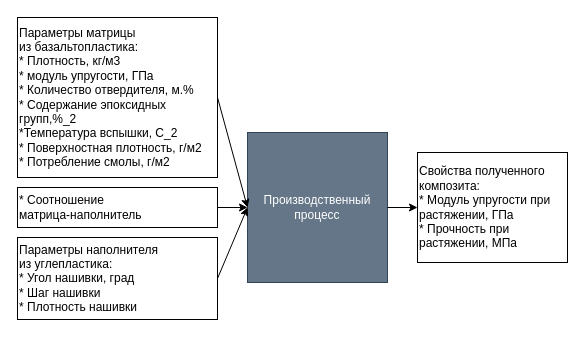
Above: notebooks/process.drawio in Gradient82/bmstu-ds-course (draw.io), before the change. Source tidied: cells renumbered, new cells numbered last; positions are measured from the earlier drawing's top-left corner, leaving out a move shared by most shapes. Both pictures are drawn from the tidied source at 100%, with x=0, y=0 at pixel (17, 17).
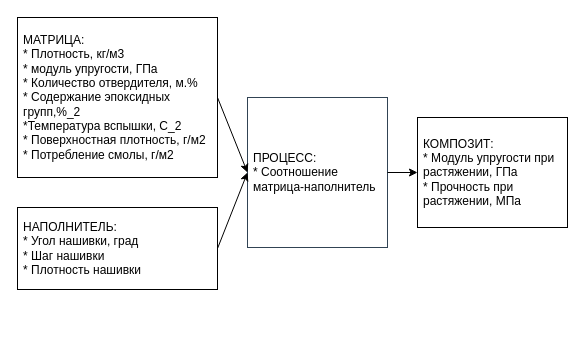
After the change.

What changed in the source:
```diff
@@
 <mxGraphModel>
   <root>
     <mxCell id="0" />
     <mxCell id="1" parent="0" />
-    <mxCell id="2" style="edgeStyle=orthogonalEdgeStyle;rounded=0;orthogonalLoop=1;jettySize=auto;html=1;exitX=0.5;exitY=1;exitDx=0;exitDy=0;" parent="1" edge="1">
+    <mxCell id="2" style="edgeStyle=orthogonalEdgeStyle;rounded=0;orthogonalLoop=1;jettySize=auto;html=1;exitX=0.5;exitY=1;exitDx=0;exitDy=0;spacingLeft=4;spacingRight=4;" parent="1" edge="1">
       <mxGeometry relative="1" as="geometry">
         <mxPoint x="275" y="130" as="sourcePoint" />
         <mxPoint x="275" y="130" as="targetPoint" />
       </mxGeometry>
     </mxCell>
-    <mxCell id="3" value="Производственный &lt;br&gt;процесс" style="rounded=0;whiteSpace=wrap;html=1;fillColor=#647687;fontColor=#ffffff;strokeColor=#314354;" parent="1" vertex="1">
-      <mxGeometry x="230" y="115" width="140" height="150" as="geometry" />
+    <mxCell id="3" value="ПРОЦЕСС:&lt;br&gt;&lt;span&gt;* Соотношение&lt;/span&gt;&lt;br&gt;&lt;span&gt;матрица-наполнитель&lt;/span&gt;" style="rounded=0;whiteSpace=wrap;html=1;fillColor=#FFFFFF;fontColor=#000000;strokeColor=#314354;align=left;spacingLeft=4;spacingRight=4;" parent="1" vertex="1">
+      <mxGeometry x="230" y="80" width="140" height="150" as="geometry" />
     </mxCell>
-    <mxCell id="4" value="Параметры матрицы&lt;br&gt;из базальтопластика:&lt;br&gt;&lt;div&gt;* Плотность, кг/м3&lt;/div&gt;&lt;div&gt;* модуль упругости, ГПа&lt;/div&gt;&lt;div&gt;* Количество отвердителя, м.%&lt;/div&gt;&lt;div&gt;* Содержание эпоксидных групп,%_2&lt;/div&gt;&lt;div&gt;*Температура вспышки, С_2&lt;/div&gt;&lt;div&gt;* Поверхностная плотность, г/м2&lt;/div&gt;&lt;div&gt;* Потребление смолы, г/м2&lt;/div&gt;" style="rounded=0;whiteSpace=wrap;html=1;align=left;verticalAlign=middle;" parent="1" vertex="1">
+    <mxCell id="4" value="МАТРИЦА:&lt;br&gt;&lt;div&gt;* Плотность, кг/м3&lt;/div&gt;&lt;div&gt;* модуль упругости, ГПа&lt;/div&gt;&lt;div&gt;* Количество отвердителя, м.%&lt;/div&gt;&lt;div&gt;* Содержание эпоксидных групп,%_2&lt;/div&gt;&lt;div&gt;*Температура вспышки, С_2&lt;/div&gt;&lt;div&gt;* Поверхностная плотность, г/м2&lt;/div&gt;&lt;div&gt;* Потребление смолы, г/м2&lt;/div&gt;" style="rounded=0;whiteSpace=wrap;html=1;align=left;verticalAlign=middle;spacingLeft=4;spacingRight=4;" parent="1" vertex="1">
       <mxGeometry width="200" height="160" as="geometry" />
     </mxCell>
-    <mxCell id="5" value="* Соотношение &lt;br&gt;матрица-наполнитель" style="rounded=0;whiteSpace=wrap;html=1;align=left;" parent="1" vertex="1">
-      <mxGeometry y="170" width="200" height="40" as="geometry" />
-    </mxCell>
-    <mxCell id="6" value="&lt;div&gt;Параметры наполнителя&lt;/div&gt;&lt;div&gt;из углепластика:&lt;/div&gt;&lt;div&gt;* Угол нашивки, град&lt;/div&gt;&lt;div&gt;* Шаг нашивки&lt;/div&gt;&lt;div&gt;* Плотность нашивки&lt;/div&gt;" style="rounded=0;whiteSpace=wrap;html=1;align=left;" parent="1" vertex="1">
-      <mxGeometry y="220" width="200" height="82" as="geometry" />
+    <mxCell id="6" value="&lt;div&gt;&lt;span&gt;НАПОЛНИТЕЛЬ:&lt;/span&gt;&lt;br&gt;&lt;/div&gt;&lt;div&gt;* Угол нашивки, град&lt;/div&gt;&lt;div&gt;* Шаг нашивки&lt;/div&gt;&lt;div&gt;* Плотность нашивки&lt;/div&gt;" style="rounded=0;whiteSpace=wrap;html=1;align=left;spacingLeft=4;spacingRight=4;" parent="1" vertex="1">
+      <mxGeometry y="190" width="200" height="82" as="geometry" />
     </mxCell>
-    <mxCell id="7" value="Свойства полученного&lt;br&gt;&lt;div&gt;&lt;span&gt;композита:&lt;/span&gt;&lt;/div&gt;&lt;div&gt;&lt;span&gt;&lt;div&gt;* Модуль упругости при растяжении, ГПа&lt;/div&gt;&lt;div&gt;* Прочность при растяжении, МПа&lt;/div&gt;&lt;/span&gt;&lt;/div&gt;" style="rounded=0;whiteSpace=wrap;html=1;align=left;" parent="1" vertex="1">
-      <mxGeometry x="400" y="135" width="150" height="110" as="geometry" />
+    <mxCell id="7" value="&lt;span&gt;КОМПОЗИТ:&lt;/span&gt;&lt;br&gt;&lt;div&gt;&lt;span&gt;&lt;div&gt;* Модуль упругости при растяжении, ГПа&lt;/div&gt;&lt;div&gt;* Прочность при растяжении, МПа&lt;/div&gt;&lt;/span&gt;&lt;/div&gt;" style="rounded=0;whiteSpace=wrap;html=1;align=left;spacingLeft=4;spacingRight=4;" parent="1" vertex="1">
+      <mxGeometry x="400" y="100" width="150" height="110" as="geometry" />
     </mxCell>
-    <mxCell id="8" style="endArrow=classic;html=1;rounded=0;exitX=1;exitY=0.5;exitDx=0;exitDy=0;entryX=0;entryY=0.5;entryDx=0;entryDy=0;" parent="1" edge="1" source="4" target="3">
+    <mxCell id="8" style="endArrow=classic;html=1;rounded=0;exitX=1;exitY=0.5;exitDx=0;exitDy=0;entryX=0;entryY=0.5;entryDx=0;entryDy=0;spacingLeft=4;spacingRight=4;" parent="1" edge="1" source="4" target="3">
       <mxGeometry relative="1" as="geometry" />
     </mxCell>
-    <mxCell id="9" style="endArrow=classic;html=1;rounded=0;exitX=1;exitY=0.5;exitDx=0;exitDy=0;" parent="1" edge="1" source="5">
-      <mxGeometry relative="1" as="geometry">
-        <mxPoint x="230" y="190" as="targetPoint" />
-      </mxGeometry>
-    </mxCell>
-    <mxCell id="10" style="endArrow=classic;html=1;rounded=0;exitX=1;exitY=0.5;exitDx=0;exitDy=0;entryX=0;entryY=0.5;entryDx=0;entryDy=0;" parent="1" edge="1" source="6" target="3">
+    <mxCell id="10" style="endArrow=classic;html=1;rounded=0;exitX=1;exitY=0.5;exitDx=0;exitDy=0;entryX=0;entryY=0.5;entryDx=0;entryDy=0;spacingLeft=4;spacingRight=4;" parent="1" edge="1" source="6" target="3">
       <mxGeometry relative="1" as="geometry" />
     </mxCell>
-    <mxCell id="11" style="endArrow=classic;html=1;rounded=0;exitX=1;exitY=0.5;exitDx=0;exitDy=0;entryX=0;entryY=0.5;entryDx=0;entryDy=0;" parent="1" edge="1" source="3" target="7">
+    <mxCell id="11" style="endArrow=classic;html=1;rounded=0;exitX=1;exitY=0.5;exitDx=0;exitDy=0;entryX=0;entryY=0.5;entryDx=0;entryDy=0;spacingLeft=4;spacingRight=4;" parent="1" edge="1" source="3" target="7">
       <mxGeometry relative="1" as="geometry" />
     </mxCell>
   </root>
 </mxGraphModel>
```
